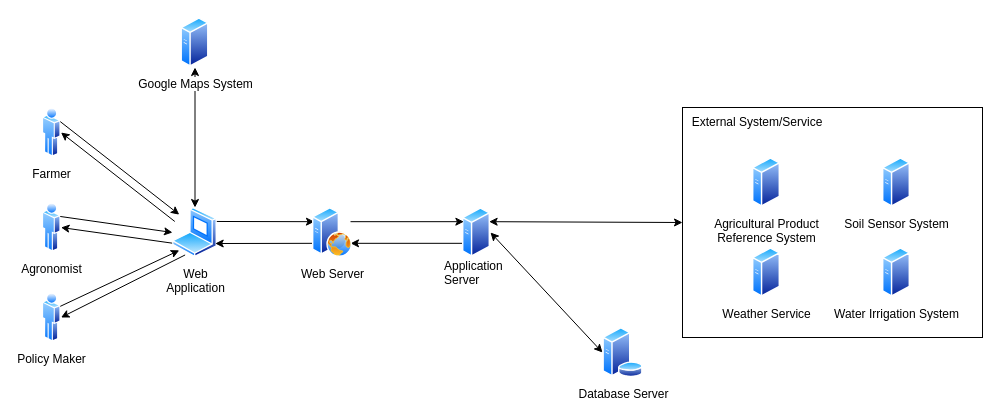
ictar/DREAM-SE2-Project-2022 keeps this draw.io diagram as page "4-tier" (1 of 3) of DD/diagrams/architecture.drawio. Above is the earlier version. Source tidied: cells renumbered, new cells numbered last; positions are measured from the earlier drawing's top-left corner, leaving out a move shared by most shapes. Both pictures are drawn from the tidied source at 100%, with x=0, y=0 at pixel (42, 17).
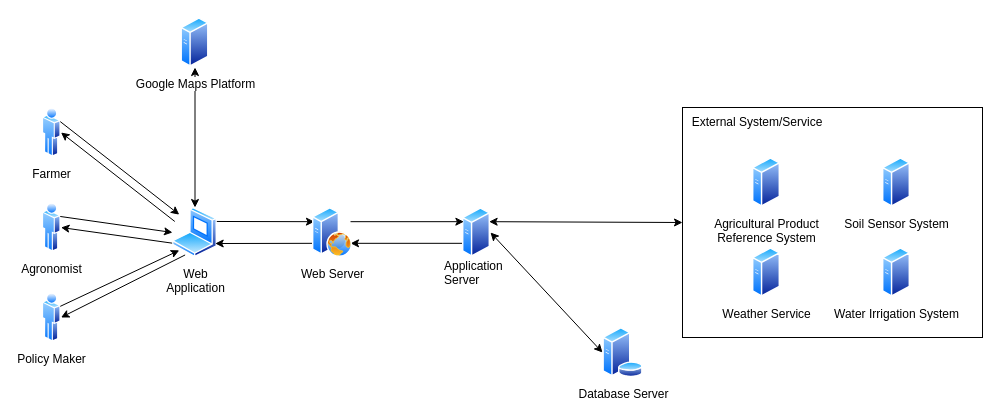
After the change.

Commit message:
update google maps platfrorm in architecture

The edit, as a diff of the source:
```diff
@@
-    <mxCell id="16" value="Google Maps System" style="perimeter=ellipsePerimeter;html=1;align=center;shadow=0;dashed=0;spacingTop=3;image;image=img/lib/active_directory/generic_server.svg;" parent="1" vertex="1">
+    <mxCell id="16" value="Google Maps Platform" style="perimeter=ellipsePerimeter;html=1;align=center;shadow=0;dashed=0;spacingTop=3;image;image=img/lib/active_directory/generic_server.svg;" parent="1" vertex="1">
       <mxGeometry x="138.5" width="28" height="50" as="geometry" />
     </mxCell>
```
